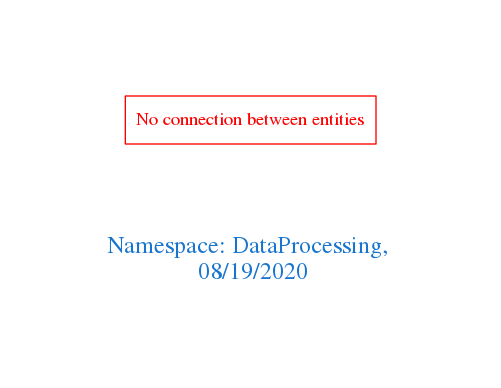
Earlier version of the Graphviz export downloads/DataProcessing.png (arago/OGIT). Its source is kept beside it as downloads/DataProcessing.dot. Its diagram source:
```dot
digraph OGIT_ontology {
 graph [ rankdir= LR,pad=1
fontsize = 18,
fontcolor= dodgerblue3,label = "\n\n\nNamespace: DataProcessing, \n 08/19/2020"];
node[shape=polygon];
edge [  color="gray81"];

"No connection between entities" [fontcolor = "red",color="red", shape="polygon"]
}
```
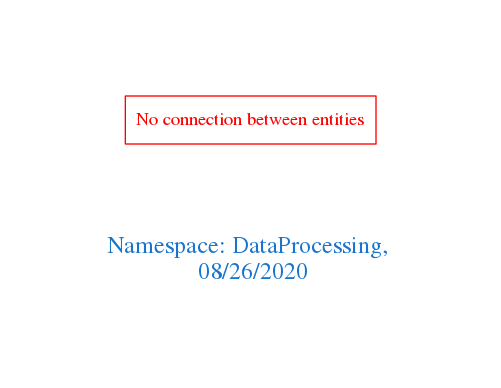
After the change.

What changed in the source:
```diff
@@ -1,7 +1,7 @@
 digraph OGIT_ontology {
  graph [ rankdir= LR,pad=1
 fontsize = 18,
-fontcolor= dodgerblue3,label = "\n\n\nNamespace: DataProcessing, \n 08/19/2020"];
+fontcolor= dodgerblue3,label = "\n\n\nNamespace: DataProcessing, \n 08/26/2020"];
 node[shape=polygon];
 edge [  color="gray81"];
 
```
